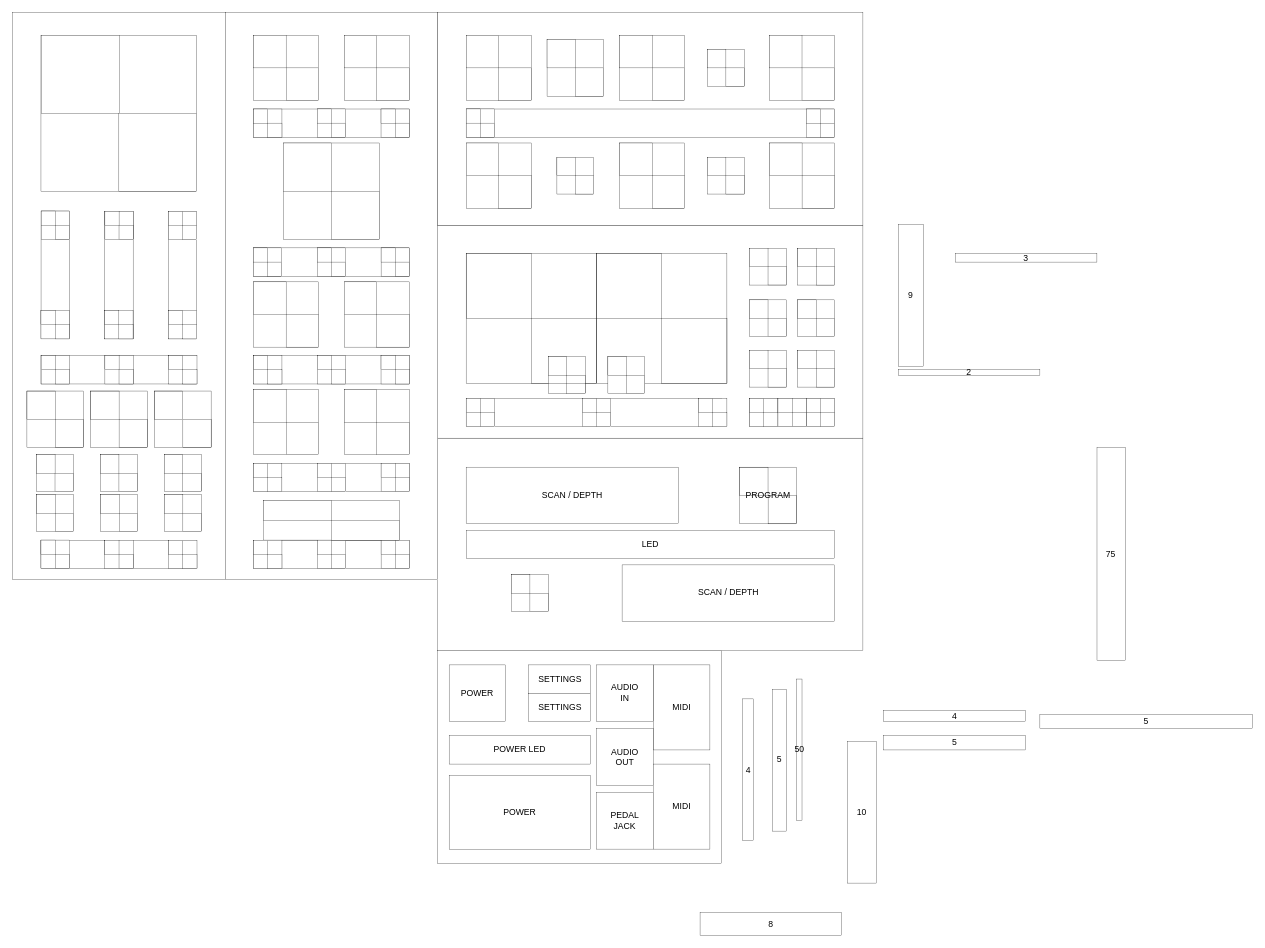
The draw.io diagram page "Page-3" (3 of 4) of Untitled Diagram.drawio in wtfedor/git_intro, before the edit. Source tidied: cells renumbered, new cells numbered last; positions are measured from the earlier drawing's top-left corner, leaving out a move shared by most shapes. Both pictures are drawn from the tidied source at 72%, with x=0, y=0 at pixel (12, 12).
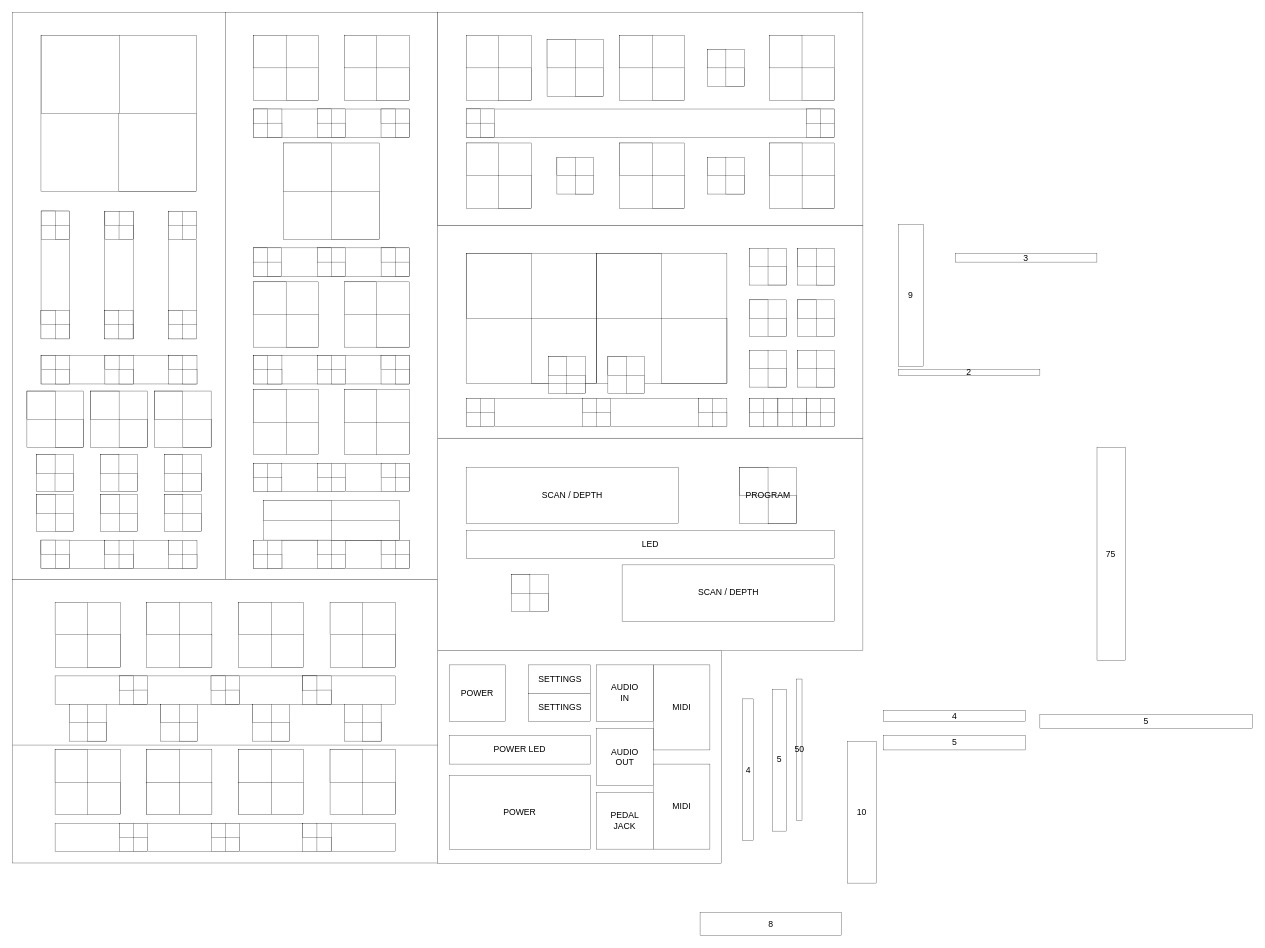
After the change.

What changed in the source:
```diff
@@
+    <mxCell id="271" style="rounded=0;whiteSpace=wrap;html=1;strokeWidth=0.3937;" parent="1" vertex="1">
+      <mxGeometry y="787.4" width="590.5" height="393.7" as="geometry" />
+    </mxCell>
+    <mxCell id="272" style="rounded=0;whiteSpace=wrap;html=1;strokeWidth=0.3937;" parent="1" vertex="1">
+      <mxGeometry x="59.1" y="818.9" width="90.6" height="90.6" as="geometry" />
+    </mxCell>
+    <mxCell id="273" style="rounded=0;whiteSpace=wrap;html=1;strokeWidth=0.3937;" parent="1" vertex="1">
+      <mxGeometry x="441" y="818.9" width="90.6" height="90.6" as="geometry" />
+    </mxCell>
+    <mxCell id="274" style="rounded=0;whiteSpace=wrap;html=1;strokeWidth=0.3937;" parent="1" vertex="1">
+      <mxGeometry x="186.2" y="818.9" width="90.6" height="90.6" as="geometry" />
+    </mxCell>
+    <mxCell id="275" style="rounded=0;whiteSpace=wrap;html=1;strokeWidth=0.3937;" parent="1" vertex="1">
+      <mxGeometry x="313.8" y="818.9" width="90.6" height="90.6" as="geometry" />
+    </mxCell>
+    <mxCell id="276" style="rounded=0;whiteSpace=wrap;html=1;strokeWidth=0.3937;" parent="1" vertex="1">
+      <mxGeometry x="59" y="921.3" width="472.5" height="39.4" as="geometry" />
+    </mxCell>
+    <mxCell id="277" style="rounded=0;whiteSpace=wrap;html=1;strokeWidth=0.3937;" parent="1" vertex="1">
+      <mxGeometry x="59" y="1023.6" width="90.6" height="90.6" as="geometry" />
+    </mxCell>
+    <mxCell id="278" style="rounded=0;whiteSpace=wrap;html=1;strokeWidth=0.3937;" parent="1" vertex="1">
+      <mxGeometry x="440.9" y="1023.6" width="90.6" height="90.6" as="geometry" />
+    </mxCell>
+    <mxCell id="279" style="rounded=0;whiteSpace=wrap;html=1;strokeWidth=0.3937;" parent="1" vertex="1">
+      <mxGeometry x="186.2" y="1023.6" width="90.6" height="90.6" as="geometry" />
+    </mxCell>
+    <mxCell id="280" style="rounded=0;whiteSpace=wrap;html=1;strokeWidth=0.3937;" parent="1" vertex="1">
+      <mxGeometry x="313.8" y="1023.6" width="90.6" height="90.6" as="geometry" />
+    </mxCell>
+    <mxCell id="281" style="rounded=0;whiteSpace=wrap;html=1;strokeWidth=0.3937;" parent="1" vertex="1">
+      <mxGeometry x="59" y="1126" width="472.5" height="39.4" as="geometry" />
+    </mxCell>
+    <mxCell id="282" style="rounded=0;whiteSpace=wrap;html=1;strokeWidth=0.3937;" parent="1" vertex="1">
+      <mxGeometry x="78.7" y="960.6" width="51.2" height="51.2" as="geometry" />
+    </mxCell>
+    <mxCell id="283" style="rounded=0;whiteSpace=wrap;html=1;strokeWidth=0.3937;" parent="1" vertex="1">
+      <mxGeometry x="460.6" y="960.6" width="51.2" height="51.2" as="geometry" />
+    </mxCell>
+    <mxCell id="284" style="rounded=0;whiteSpace=wrap;html=1;strokeWidth=0.3937;" parent="1" vertex="1">
+      <mxGeometry x="333.5" y="960.6" width="51.2" height="51.2" as="geometry" />
+    </mxCell>
+    <mxCell id="285" style="rounded=0;whiteSpace=wrap;html=1;strokeWidth=0.3937;" parent="1" vertex="1">
+      <mxGeometry x="205.9" y="960.6" width="51.2" height="51.2" as="geometry" />
+    </mxCell>
+    <mxCell id="286" style="endArrow=none;html=1;rounded=0;strokeWidth=0.3937;" parent="1" edge="1">
+      <mxGeometry relative="1" as="geometry">
+        <mxPoint y="1017.4" as="sourcePoint" />
+        <mxPoint x="590.5" y="1017.4" as="targetPoint" />
+      </mxGeometry>
+    </mxCell>
+    <mxCell id="287" style="rounded=0;whiteSpace=wrap;html=1;strokeWidth=0.3937;" parent="1" vertex="1">
+      <mxGeometry x="59" y="818.9" width="45.3" height="45.3" as="geometry" />
+    </mxCell>
+    <mxCell id="288" style="rounded=0;whiteSpace=wrap;html=1;strokeWidth=0.3937;" parent="1" vertex="1">
+      <mxGeometry x="104.3" y="864.2" width="45.3" height="45.3" as="geometry" />
+    </mxCell>
+    <mxCell id="289" style="rounded=0;whiteSpace=wrap;html=1;strokeWidth=0.3937;" parent="1" vertex="1">
+      <mxGeometry x="186.2" y="818.9" width="45.3" height="45.3" as="geometry" />
+    </mxCell>
+    <mxCell id="290" style="rounded=0;whiteSpace=wrap;html=1;strokeWidth=0.3937;" parent="1" vertex="1">
+      <mxGeometry x="231.5" y="864.2" width="45.3" height="45.3" as="geometry" />
+    </mxCell>
+    <mxCell id="291" style="rounded=0;whiteSpace=wrap;html=1;strokeWidth=0.3937;" parent="1" vertex="1">
+      <mxGeometry x="313.8" y="818.9" width="45.3" height="45.3" as="geometry" />
+    </mxCell>
+    <mxCell id="292" style="rounded=0;whiteSpace=wrap;html=1;strokeWidth=0.3937;" parent="1" vertex="1">
+      <mxGeometry x="359.1" y="864.2" width="45.3" height="45.3" as="geometry" />
+    </mxCell>
+    <mxCell id="293" style="rounded=0;whiteSpace=wrap;html=1;strokeWidth=0.3937;" parent="1" vertex="1">
+      <mxGeometry x="440.9" y="818.9" width="45.3" height="45.3" as="geometry" />
+    </mxCell>
+    <mxCell id="294" style="rounded=0;whiteSpace=wrap;html=1;strokeWidth=0.3937;" parent="1" vertex="1">
+      <mxGeometry x="486.2" y="864.2" width="45.3" height="45.3" as="geometry" />
+    </mxCell>
+    <mxCell id="295" style="rounded=0;whiteSpace=wrap;html=1;strokeWidth=0.3937;" parent="1" vertex="1">
+      <mxGeometry x="59" y="1023.6" width="45.3" height="45.3" as="geometry" />
+    </mxCell>
+    <mxCell id="296" style="rounded=0;whiteSpace=wrap;html=1;strokeWidth=0.3937;" parent="1" vertex="1">
+      <mxGeometry x="104.3" y="1068.9" width="45.3" height="45.3" as="geometry" />
+    </mxCell>
+    <mxCell id="297" style="rounded=0;whiteSpace=wrap;html=1;strokeWidth=0.3937;" parent="1" vertex="1">
+      <mxGeometry x="186.2" y="1023.6" width="45.3" height="45.3" as="geometry" />
+    </mxCell>
+    <mxCell id="298" style="rounded=0;whiteSpace=wrap;html=1;strokeWidth=0.3937;" parent="1" vertex="1">
+      <mxGeometry x="186.2" y="1068.9" width="45.3" height="45.3" as="geometry" />
+    </mxCell>
+    <mxCell id="299" style="rounded=0;whiteSpace=wrap;html=1;strokeWidth=0.3937;" parent="1" vertex="1">
+      <mxGeometry x="231.5" y="1068.9" width="45.3" height="45.3" as="geometry" />
+    </mxCell>
+    <mxCell id="300" style="rounded=0;whiteSpace=wrap;html=1;strokeWidth=0.3937;" parent="1" vertex="1">
+      <mxGeometry x="313.8" y="1023.6" width="45.3" height="45.3" as="geometry" />
+    </mxCell>
+    <mxCell id="301" style="rounded=0;whiteSpace=wrap;html=1;strokeWidth=0.3937;" parent="1" vertex="1">
+      <mxGeometry x="313.8" y="1068.9" width="45.3" height="45.3" as="geometry" />
+    </mxCell>
+    <mxCell id="302" style="rounded=0;whiteSpace=wrap;html=1;strokeWidth=0.3937;" parent="1" vertex="1">
+      <mxGeometry x="359.1" y="1068.9" width="45.3" height="45.3" as="geometry" />
+    </mxCell>
+    <mxCell id="303" style="rounded=0;whiteSpace=wrap;html=1;strokeWidth=0.3937;" parent="1" vertex="1">
+      <mxGeometry x="440.9" y="1023.6" width="45.3" height="45.3" as="geometry" />
+    </mxCell>
+    <mxCell id="304" style="rounded=0;whiteSpace=wrap;html=1;strokeWidth=0.3937;" parent="1" vertex="1">
+      <mxGeometry x="486.2" y="1068.9" width="45.3" height="45.3" as="geometry" />
+    </mxCell>
+    <mxCell id="305" style="rounded=0;whiteSpace=wrap;html=1;strokeWidth=0.3937;" parent="1" vertex="1">
+      <mxGeometry x="78.7" y="960.6" width="25.6" height="25.6" as="geometry" />
+    </mxCell>
+    <mxCell id="306" style="rounded=0;whiteSpace=wrap;html=1;strokeWidth=0.3937;" parent="1" vertex="1">
+      <mxGeometry x="104.3" y="986.2" width="25.6" height="25.6" as="geometry" />
+    </mxCell>
+    <mxCell id="307" style="rounded=0;whiteSpace=wrap;html=1;strokeWidth=0.3937;" parent="1" vertex="1">
+      <mxGeometry x="205.9" y="960.6" width="25.6" height="25.6" as="geometry" />
+    </mxCell>
+    <mxCell id="308" style="rounded=0;whiteSpace=wrap;html=1;strokeWidth=0.3937;" parent="1" vertex="1">
+      <mxGeometry x="231.5" y="986.2" width="25.6" height="25.6" as="geometry" />
+    </mxCell>
+    <mxCell id="309" style="rounded=0;whiteSpace=wrap;html=1;strokeWidth=0.3937;" parent="1" vertex="1">
+      <mxGeometry x="333.5" y="960.6" width="25.6" height="25.6" as="geometry" />
+    </mxCell>
+    <mxCell id="310" style="rounded=0;whiteSpace=wrap;html=1;strokeWidth=0.3937;" parent="1" vertex="1">
+      <mxGeometry x="359.1" y="986.2" width="25.6" height="25.6" as="geometry" />
+    </mxCell>
+    <mxCell id="311" style="rounded=0;whiteSpace=wrap;html=1;strokeWidth=0.3937;" parent="1" vertex="1">
+      <mxGeometry x="460.6" y="960.6" width="25.6" height="25.6" as="geometry" />
+    </mxCell>
+    <mxCell id="312" style="rounded=0;whiteSpace=wrap;html=1;strokeWidth=0.3937;" parent="1" vertex="1">
+      <mxGeometry x="486.2" y="986.2" width="25.6" height="25.6" as="geometry" />
+    </mxCell>
+    <mxCell id="313" style="rounded=0;whiteSpace=wrap;html=1;strokeWidth=0.3937;" parent="1" vertex="1">
+      <mxGeometry x="403" y="921.3" width="19.7" height="19.7" as="geometry" />
+    </mxCell>
+    <mxCell id="314" style="rounded=0;whiteSpace=wrap;html=1;strokeWidth=0.3937;" parent="1" vertex="1">
+      <mxGeometry x="148.2" y="921.3" width="39.4" height="39.4" as="geometry" />
+    </mxCell>
+    <mxCell id="315" style="rounded=0;whiteSpace=wrap;html=1;strokeWidth=0.3937;" parent="1" vertex="1">
+      <mxGeometry x="148.2" y="1126" width="39.4" height="39.4" as="geometry" />
+    </mxCell>
+    <mxCell id="316" style="rounded=0;whiteSpace=wrap;html=1;strokeWidth=0.3937;" parent="1" vertex="1">
+      <mxGeometry x="275.6" y="921.3" width="39.4" height="39.4" as="geometry" />
+    </mxCell>
+    <mxCell id="317" style="rounded=0;whiteSpace=wrap;html=1;strokeWidth=0.3937;" parent="1" vertex="1">
+      <mxGeometry x="275.8" y="1126" width="39.4" height="39.4" as="geometry" />
+    </mxCell>
+    <mxCell id="318" style="rounded=0;whiteSpace=wrap;html=1;strokeWidth=0.3937;" parent="1" vertex="1">
+      <mxGeometry x="403" y="921.3" width="39.4" height="39.4" as="geometry" />
+    </mxCell>
+    <mxCell id="319" style="rounded=0;whiteSpace=wrap;html=1;strokeWidth=0.3937;" parent="1" vertex="1">
+      <mxGeometry x="403" y="1126" width="39.4" height="39.4" as="geometry" />
+    </mxCell>
+    <mxCell id="320" style="rounded=0;whiteSpace=wrap;html=1;strokeWidth=0.3937;" parent="1" vertex="1">
+      <mxGeometry x="403" y="921.3" width="19.7" height="19.7" as="geometry" />
+    </mxCell>
+    <mxCell id="321" style="rounded=0;whiteSpace=wrap;html=1;strokeWidth=0.3937;" parent="1" vertex="1">
+      <mxGeometry x="422.7" y="940.9" width="19.7" height="19.7" as="geometry" />
+    </mxCell>
+    <mxCell id="322" style="rounded=0;whiteSpace=wrap;html=1;strokeWidth=0.3937;" parent="1" vertex="1">
+      <mxGeometry x="275.6" y="921.3" width="19.7" height="19.7" as="geometry" />
+    </mxCell>
+    <mxCell id="323" style="rounded=0;whiteSpace=wrap;html=1;strokeWidth=0.3937;" parent="1" vertex="1">
+      <mxGeometry x="295.3" y="940.9" width="19.7" height="19.7" as="geometry" />
+    </mxCell>
+    <mxCell id="324" style="rounded=0;whiteSpace=wrap;html=1;strokeWidth=0.3937;" parent="1" vertex="1">
+      <mxGeometry x="148.2" y="921.3" width="19.7" height="19.7" as="geometry" />
+    </mxCell>
+    <mxCell id="325" style="rounded=0;whiteSpace=wrap;html=1;strokeWidth=0.3937;" parent="1" vertex="1">
+      <mxGeometry x="167.9" y="940.9" width="19.7" height="19.7" as="geometry" />
+    </mxCell>
+    <mxCell id="326" style="rounded=0;whiteSpace=wrap;html=1;strokeWidth=0.3937;" parent="1" vertex="1">
+      <mxGeometry x="403" y="1126" width="19.7" height="19.7" as="geometry" />
+    </mxCell>
+    <mxCell id="327" style="rounded=0;whiteSpace=wrap;html=1;strokeWidth=0.3937;" parent="1" vertex="1">
+      <mxGeometry x="422.7" y="1145.7" width="19.7" height="19.7" as="geometry" />
+    </mxCell>
+    <mxCell id="328" style="rounded=0;whiteSpace=wrap;html=1;strokeWidth=0.3937;" parent="1" vertex="1">
+      <mxGeometry x="275.8" y="1126" width="19.7" height="19.7" as="geometry" />
+    </mxCell>
+    <mxCell id="329" style="rounded=0;whiteSpace=wrap;html=1;strokeWidth=0.3937;" parent="1" vertex="1">
+      <mxGeometry x="295.5" y="1145.7" width="19.7" height="19.7" as="geometry" />
+    </mxCell>
+    <mxCell id="330" style="rounded=0;whiteSpace=wrap;html=1;strokeWidth=0.3937;" parent="1" vertex="1">
+      <mxGeometry x="148.2" y="1126" width="19.7" height="19.7" as="geometry" />
+    </mxCell>
+    <mxCell id="331" style="rounded=0;whiteSpace=wrap;html=1;strokeWidth=0.3937;" parent="1" vertex="1">
+      <mxGeometry x="167.9" y="1145.7" width="19.7" height="19.7" as="geometry" />
+    </mxCell>
```
